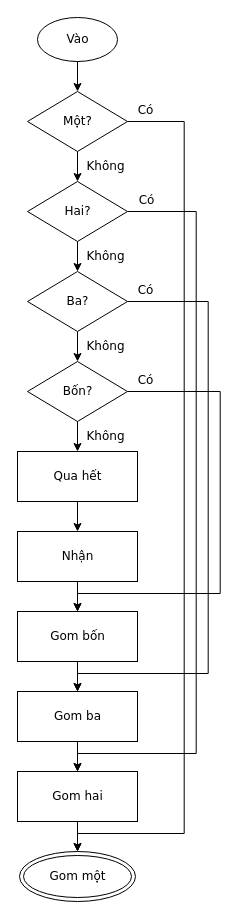
The draw.io diagram conformance/golden/flowchart/15-tracks-fan-in.drawio in luytbq/flowcast, before the edit. Source tidied: cells renumbered, new cells numbered last; positions are measured from the earlier drawing's top-left corner, leaving out a move shared by most shapes. Both pictures are drawn from the tidied source at 100%, with x=0, y=0 at pixel (17, 17).
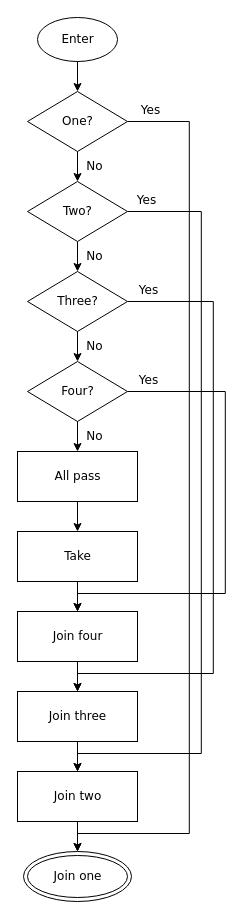
After the change.

Change to the diagram source:
```diff
@@
-    <mxCell id="2" value="Vào" style="ellipse;html=1;fontFamily=Verdana;fontSize=12;flowtable=1;" parent="1" vertex="1">
+    <mxCell id="2" value="Enter" style="ellipse;html=1;fontFamily=Verdana;fontSize=12;flowtable=1;" parent="1" vertex="1">
       <mxGeometry x="20" width="80" height="44" as="geometry" />
     </mxCell>
-    <mxCell id="3" value="Một?" style="rhombus;html=1;fontFamily=Verdana;fontSize=12;flowtable=1;" parent="1" vertex="1">
+    <mxCell id="3" value="One?" style="rhombus;html=1;fontFamily=Verdana;fontSize=12;flowtable=1;" parent="1" vertex="1">
       <mxGeometry x="10" y="74" width="100" height="60" as="geometry" />
     </mxCell>
-    <mxCell id="4" value="Hai?" style="rhombus;html=1;fontFamily=Verdana;fontSize=12;flowtable=1;" parent="1" vertex="1">
+    <mxCell id="4" value="Two?" style="rhombus;html=1;fontFamily=Verdana;fontSize=12;flowtable=1;" parent="1" vertex="1">
       <mxGeometry x="10" y="164" width="100" height="60" as="geometry" />
     </mxCell>
-    <mxCell id="5" value="Ba?" style="rhombus;html=1;fontFamily=Verdana;fontSize=12;flowtable=1;" parent="1" vertex="1">
+    <mxCell id="5" value="Three?" style="rhombus;html=1;fontFamily=Verdana;fontSize=12;flowtable=1;" parent="1" vertex="1">
       <mxGeometry x="10" y="254" width="100" height="60" as="geometry" />
     </mxCell>
-    <mxCell id="6" value="Bốn?" style="rhombus;html=1;fontFamily=Verdana;fontSize=12;flowtable=1;" parent="1" vertex="1">
+    <mxCell id="6" value="Four?" style="rhombus;html=1;fontFamily=Verdana;fontSize=12;flowtable=1;" parent="1" vertex="1">
       <mxGeometry x="10" y="344" width="100" height="60" as="geometry" />
     </mxCell>
-    <mxCell id="7" value="Qua hết" style="rounded=0;html=1;fontFamily=Verdana;fontSize=12;flowtable=1;" parent="1" vertex="1">
+    <mxCell id="7" value="All pass" style="rounded=0;html=1;fontFamily=Verdana;fontSize=12;flowtable=1;" parent="1" vertex="1">
       <mxGeometry y="434" width="120" height="50" as="geometry" />
     </mxCell>
-    <mxCell id="8" value="Nhận" style="rounded=0;html=1;fontFamily=Verdana;fontSize=12;flowtable=1;" parent="1" vertex="1">
+    <mxCell id="8" value="Take" style="rounded=0;html=1;fontFamily=Verdana;fontSize=12;flowtable=1;" parent="1" vertex="1">
       <mxGeometry y="514" width="120" height="50" as="geometry" />
     </mxCell>
-    <mxCell id="9" value="Gom bốn" style="rounded=0;html=1;fontFamily=Verdana;fontSize=12;flowtable=1;" parent="1" vertex="1">
+    <mxCell id="9" value="Join four" style="rounded=0;html=1;fontFamily=Verdana;fontSize=12;flowtable=1;" parent="1" vertex="1">
       <mxGeometry y="594" width="120" height="50" as="geometry" />
     </mxCell>
-    <mxCell id="10" value="Gom ba" style="rounded=0;html=1;fontFamily=Verdana;fontSize=12;flowtable=1;" parent="1" vertex="1">
+    <mxCell id="10" value="Join three" style="rounded=0;html=1;fontFamily=Verdana;fontSize=12;flowtable=1;" parent="1" vertex="1">
       <mxGeometry y="674" width="120" height="50" as="geometry" />
     </mxCell>
-    <mxCell id="11" value="Gom hai" style="rounded=0;html=1;fontFamily=Verdana;fontSize=12;flowtable=1;" parent="1" vertex="1">
+    <mxCell id="11" value="Join two" style="rounded=0;html=1;fontFamily=Verdana;fontSize=12;flowtable=1;" parent="1" vertex="1">
       <mxGeometry y="754" width="120" height="50" as="geometry" />
     </mxCell>
-    <mxCell id="12" value="Gom một" style="shape=doubleEllipse;html=1;fontFamily=Verdana;fontSize=12;flowtable=1;" parent="1" vertex="1">
-      <mxGeometry x="2" y="834" width="116" height="50" as="geometry" />
+    <mxCell id="12" value="Join one" style="shape=doubleEllipse;html=1;fontFamily=Verdana;fontSize=12;flowtable=1;" parent="1" vertex="1">
+      <mxGeometry x="6" y="834" width="108" height="50" as="geometry" />
     </mxCell>
@@
-    <mxCell id="14" value="Có" style="edgeStyle=orthogonalEdgeStyle;rounded=0;jettySize=auto;html=1;labelBackgroundColor=default;exitX=1;exitY=0.5;exitDx=0;exitDy=0;entryX=0.5;entryY=0;entryDx=0;entryDy=0;fontFamily=Verdana;fontSize=12;flowtable=1;" parent="1" edge="1" source="3" target="12">
-      <mxGeometry x="-0.96" relative="1" as="geometry">
+    <mxCell id="14" value="Yes" style="edgeStyle=orthogonalEdgeStyle;rounded=0;jettySize=auto;html=1;labelBackgroundColor=default;exitX=1;exitY=0.5;exitDx=0;exitDy=0;entryX=0.5;entryY=0;entryDx=0;entryDy=0;fontFamily=Verdana;fontSize=12;flowtable=1;" parent="1" edge="1" source="3" target="12">
+      <mxGeometry x="-0.95" relative="1" as="geometry">
         <Array as="points">
-          <mxPoint x="166.7" y="104" />
-          <mxPoint x="166.7" y="816" />
+          <mxPoint x="171.8" y="104" />
+          <mxPoint x="171.8" y="816" />
           <mxPoint x="60" y="816" />
         </Array>
         <mxPoint y="-11.5" as="offset" />
       </mxGeometry>
     </mxCell>
-    <mxCell id="15" value="Không" style="edgeStyle=orthogonalEdgeStyle;rounded=0;jettySize=auto;html=1;labelBackgroundColor=default;exitX=0.5;exitY=1;exitDx=0;exitDy=0;entryX=0.5;entryY=0;entryDx=0;entryDy=0;fontFamily=Verdana;fontSize=12;flowtable=1;" parent="1" edge="1" source="3" target="4">
+    <mxCell id="15" value="No" style="edgeStyle=orthogonalEdgeStyle;rounded=0;jettySize=auto;html=1;labelBackgroundColor=default;exitX=0.5;exitY=1;exitDx=0;exitDy=0;entryX=0.5;entryY=0;entryDx=0;entryDy=0;fontFamily=Verdana;fontSize=12;flowtable=1;" parent="1" edge="1" source="3" target="4">
       <mxGeometry x="-0.03" relative="1" as="geometry">
-        <mxPoint x="28.1" as="offset" />
+        <mxPoint x="17.1" as="offset" />
       </mxGeometry>
     </mxCell>
-    <mxCell id="16" value="Có" style="edgeStyle=orthogonalEdgeStyle;rounded=0;jettySize=auto;html=1;labelBackgroundColor=default;exitX=1;exitY=0.5;exitDx=0;exitDy=0;entryX=0.5;entryY=0;entryDx=0;entryDy=0;fontFamily=Verdana;fontSize=12;flowtable=1;" parent="1" edge="1" source="4" target="11">
+    <mxCell id="16" value="Yes" style="edgeStyle=orthogonalEdgeStyle;rounded=0;jettySize=auto;html=1;labelBackgroundColor=default;exitX=1;exitY=0.5;exitDx=0;exitDy=0;entryX=0.5;entryY=0;entryDx=0;entryDy=0;fontFamily=Verdana;fontSize=12;flowtable=1;" parent="1" edge="1" source="4" target="11">
       <mxGeometry x="-0.95" relative="1" as="geometry">
         <Array as="points">
-          <mxPoint x="178.7" y="194" />
-          <mxPoint x="178.7" y="736" />
+          <mxPoint x="183.8" y="194" />
+          <mxPoint x="183.8" y="736" />
           <mxPoint x="60" y="736" />
         </Array>
         <mxPoint y="-11.5" as="offset" />
       </mxGeometry>
     </mxCell>
-    <mxCell id="17" value="Không" style="edgeStyle=orthogonalEdgeStyle;rounded=0;jettySize=auto;html=1;labelBackgroundColor=default;exitX=0.5;exitY=1;exitDx=0;exitDy=0;entryX=0.5;entryY=0;entryDx=0;entryDy=0;fontFamily=Verdana;fontSize=12;flowtable=1;" parent="1" edge="1" source="4" target="5">
+    <mxCell id="17" value="No" style="edgeStyle=orthogonalEdgeStyle;rounded=0;jettySize=auto;html=1;labelBackgroundColor=default;exitX=0.5;exitY=1;exitDx=0;exitDy=0;entryX=0.5;entryY=0;entryDx=0;entryDy=0;fontFamily=Verdana;fontSize=12;flowtable=1;" parent="1" edge="1" source="4" target="5">
       <mxGeometry x="-0.03" relative="1" as="geometry">
-        <mxPoint x="28.1" as="offset" />
+        <mxPoint x="17.1" as="offset" />
       </mxGeometry>
     </mxCell>
-    <mxCell id="18" value="Có" style="edgeStyle=orthogonalEdgeStyle;rounded=0;jettySize=auto;html=1;labelBackgroundColor=default;exitX=1;exitY=0.5;exitDx=0;exitDy=0;entryX=0.5;entryY=0;entryDx=0;entryDy=0;fontFamily=Verdana;fontSize=12;flowtable=1;" parent="1" edge="1" source="5" target="10">
-      <mxGeometry x="-0.94" relative="1" as="geometry">
+    <mxCell id="18" value="Yes" style="edgeStyle=orthogonalEdgeStyle;rounded=0;jettySize=auto;html=1;labelBackgroundColor=default;exitX=1;exitY=0.5;exitDx=0;exitDy=0;entryX=0.5;entryY=0;entryDx=0;entryDy=0;fontFamily=Verdana;fontSize=12;flowtable=1;" parent="1" edge="1" source="5" target="10">
+      <mxGeometry x="-0.93" relative="1" as="geometry">
         <Array as="points">
-          <mxPoint x="190.7" y="284" />
-          <mxPoint x="190.7" y="656" />
+          <mxPoint x="195.8" y="284" />
+          <mxPoint x="195.8" y="656" />
           <mxPoint x="60" y="656" />
         </Array>
         <mxPoint y="-11.5" as="offset" />
       </mxGeometry>
     </mxCell>
-    <mxCell id="19" value="Không" style="edgeStyle=orthogonalEdgeStyle;rounded=0;jettySize=auto;html=1;labelBackgroundColor=default;exitX=0.5;exitY=1;exitDx=0;exitDy=0;entryX=0.5;entryY=0;entryDx=0;entryDy=0;fontFamily=Verdana;fontSize=12;flowtable=1;" parent="1" edge="1" source="5" target="6">
+    <mxCell id="19" value="No" style="edgeStyle=orthogonalEdgeStyle;rounded=0;jettySize=auto;html=1;labelBackgroundColor=default;exitX=0.5;exitY=1;exitDx=0;exitDy=0;entryX=0.5;entryY=0;entryDx=0;entryDy=0;fontFamily=Verdana;fontSize=12;flowtable=1;" parent="1" edge="1" source="5" target="6">
       <mxGeometry x="-0.03" relative="1" as="geometry">
-        <mxPoint x="28.1" as="offset" />
+        <mxPoint x="17.1" as="offset" />
       </mxGeometry>
     </mxCell>
-    <mxCell id="20" value="Có" style="edgeStyle=orthogonalEdgeStyle;rounded=0;jettySize=auto;html=1;labelBackgroundColor=default;exitX=1;exitY=0.5;exitDx=0;exitDy=0;entryX=0.5;entryY=0;entryDx=0;entryDy=0;fontFamily=Verdana;fontSize=12;flowtable=1;" parent="1" edge="1" source="6" target="9">
-      <mxGeometry x="-0.92" relative="1" as="geometry">
+    <mxCell id="20" value="Yes" style="edgeStyle=orthogonalEdgeStyle;rounded=0;jettySize=auto;html=1;labelBackgroundColor=default;exitX=1;exitY=0.5;exitDx=0;exitDy=0;entryX=0.5;entryY=0;entryDx=0;entryDy=0;fontFamily=Verdana;fontSize=12;flowtable=1;" parent="1" edge="1" source="6" target="9">
+      <mxGeometry x="-0.91" relative="1" as="geometry">
         <Array as="points">
-          <mxPoint x="202.7" y="374" />
-          <mxPoint x="202.7" y="576" />
+          <mxPoint x="207.8" y="374" />
+          <mxPoint x="207.8" y="576" />
           <mxPoint x="60" y="576" />
         </Array>
         <mxPoint y="-11.5" as="offset" />
       </mxGeometry>
     </mxCell>
-    <mxCell id="21" value="Không" style="edgeStyle=orthogonalEdgeStyle;rounded=0;jettySize=auto;html=1;labelBackgroundColor=default;exitX=0.5;exitY=1;exitDx=0;exitDy=0;entryX=0.5;entryY=0;entryDx=0;entryDy=0;fontFamily=Verdana;fontSize=12;flowtable=1;" parent="1" edge="1" source="6" target="7">
+    <mxCell id="21" value="No" style="edgeStyle=orthogonalEdgeStyle;rounded=0;jettySize=auto;html=1;labelBackgroundColor=default;exitX=0.5;exitY=1;exitDx=0;exitDy=0;entryX=0.5;entryY=0;entryDx=0;entryDy=0;fontFamily=Verdana;fontSize=12;flowtable=1;" parent="1" edge="1" source="6" target="7">
       <mxGeometry x="-0.03" relative="1" as="geometry">
-        <mxPoint x="28.1" as="offset" />
+        <mxPoint x="17.1" as="offset" />
       </mxGeometry>
     </mxCell>
```
